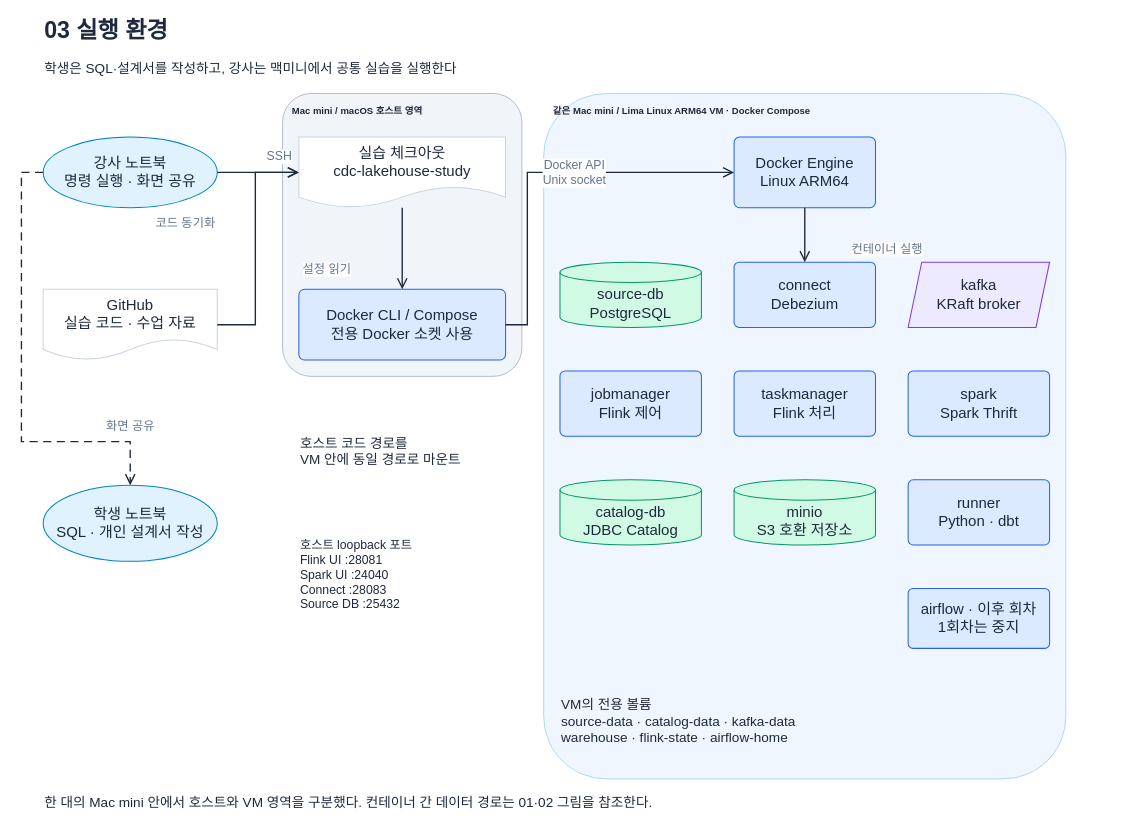
The draw.io diagram docs/diagrams/03-runtime.drawio in kim-dabin/cdc-lakehouse-study, before the edit. Source tidied: cells renumbered, new cells numbered last; positions are measured from the earlier drawing's top-left corner, leaving out a move shared by most shapes. Both pictures are drawn from the tidied source at 68%, with x=0, y=0 at pixel (21, 12).
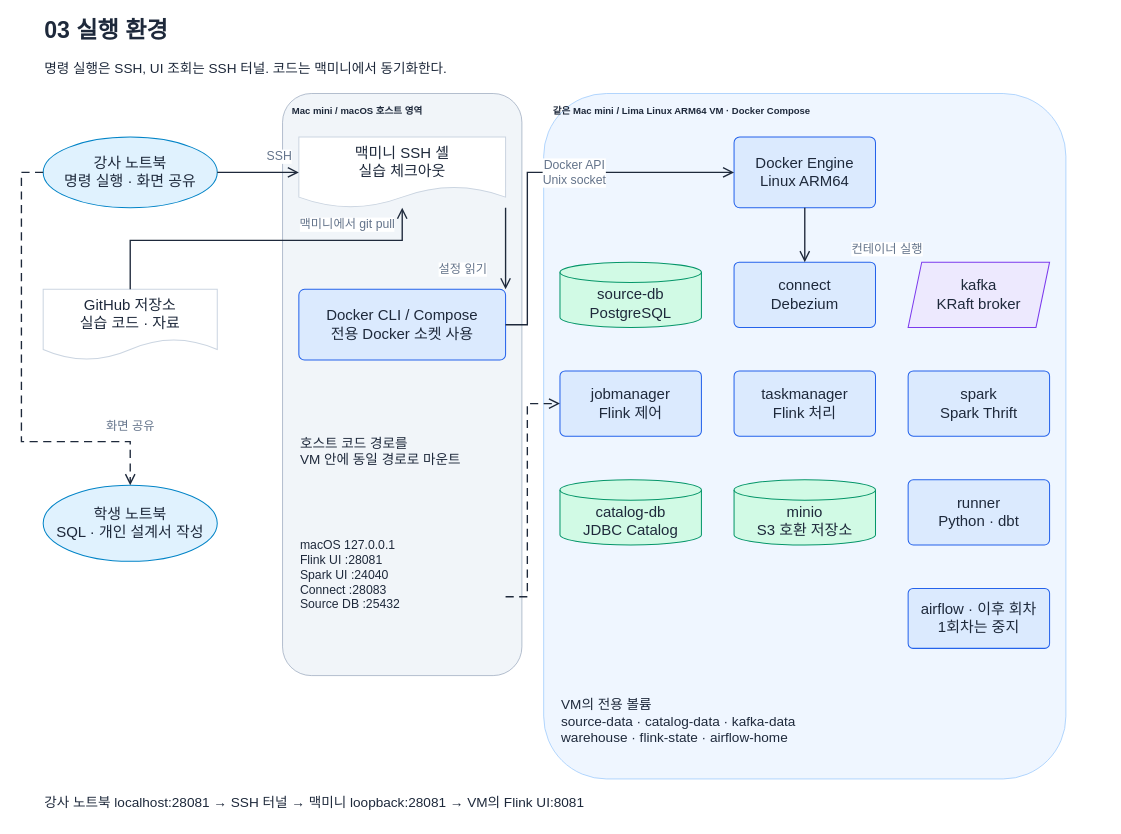
The same diagram, later.

Unchanged cells that the change refers to:
```xml
<mxCell id="10" value="Docker CLI / Compose&lt;br&gt;전용 Docker 소켓 사용" style="rounded=1;arcSize=8;html=1;whiteSpace=wrap;fillColor=#DBEAFE;strokeColor=#2563EB;strokeWidth=1.5;fontColor=#1E293B;fontSize=22;fontFamily=Arial;verticalAlign=middle;align=center;" parent="2" vertex="1">
  <mxGeometry x="24" y="288" width="304" height="104" as="geometry" />
</mxCell>
<mxCell id="16" value="jobmanager&lt;br&gt;Flink 제어" style="rounded=1;arcSize=8;html=1;whiteSpace=wrap;fillColor=#DBEAFE;strokeColor=#2563EB;strokeWidth=1.5;fontColor=#1E293B;fontSize=22;fontFamily=Arial;verticalAlign=middle;align=center;" parent="3" vertex="1">
  <mxGeometry x="24" y="408" width="208" height="96" as="geometry" />
</mxCell>
```

What changed in the source:
```diff
@@
     <mxCell id="2" value="Mac mini / macOS 호스트 영역" style="rounded=1;arcSize=12;html=1;whiteSpace=wrap;fillColor=#F1F5F9;strokeColor=#94A3B8;strokeWidth=1;fontColor=#1E293B;fontSize=14;fontFamily=Arial;fontStyle=1;verticalAlign=top;align=left;spacingLeft=12;spacingTop=10;" parent="1" vertex="1">
-      <mxGeometry x="384" y="120" width="352" height="416" as="geometry" />
+      <mxGeometry x="384" y="120" width="352" height="856" as="geometry" />
     </mxCell>
@@
-    <mxCell id="5" value="학생은 SQL·설계서를 작성하고, 강사는 맥미니에서 공통 실습을 실행한다" style="text;html=1;whiteSpace=wrap;labelBackgroundColor=none;fillColor=none;strokeColor=none;strokeWidth=0;fontColor=#1E293B;fontSize=20;fontFamily=Arial;align=left;verticalAlign=top;" parent="1" vertex="1">
+    <mxCell id="5" value="명령 실행은 SSH, UI 조회는 SSH 터널. 코드는 맥미니에서 동기화한다." style="text;html=1;whiteSpace=wrap;labelBackgroundColor=none;fillColor=none;strokeColor=none;strokeWidth=0;fontColor=#1E293B;fontSize=20;fontFamily=Arial;align=left;verticalAlign=top;" parent="1" vertex="1">
       <mxGeometry x="32" y="64" width="1568" height="48" as="geometry" />
     </mxCell>
@@
-    <mxCell id="7" value="GitHub&lt;br&gt;실습 코드 · 수업 자료" style="shape=document;boundedLbl=1;html=1;whiteSpace=wrap;fillColor=#FFFFFF;strokeColor=#CBD5E1;strokeWidth=1.5;fontColor=#1E293B;fontSize=22;fontFamily=Arial;verticalAlign=middle;align=center;" parent="1" vertex="1">
+    <mxCell id="7" value="GitHub 저장소&lt;br&gt;실습 코드 · 자료" style="shape=document;boundedLbl=1;html=1;whiteSpace=wrap;fillColor=#FFFFFF;strokeColor=#CBD5E1;strokeWidth=1.5;fontColor=#1E293B;fontSize=22;fontFamily=Arial;verticalAlign=middle;align=center;" parent="1" vertex="1">
       <mxGeometry x="32" y="408" width="256" height="104" as="geometry" />
     </mxCell>
@@
-    <mxCell id="9" value="실습 체크아웃&lt;br&gt;cdc-lakehouse-study" style="shape=document;boundedLbl=1;html=1;whiteSpace=wrap;fillColor=#FFFFFF;strokeColor=#CBD5E1;strokeWidth=1.5;fontColor=#1E293B;fontSize=22;fontFamily=Arial;verticalAlign=middle;align=center;" parent="2" vertex="1">
+    <mxCell id="9" value="맥미니 SSH 셸&lt;br&gt;실습 체크아웃" style="shape=document;boundedLbl=1;html=1;whiteSpace=wrap;fillColor=#FFFFFF;strokeColor=#CBD5E1;strokeWidth=1.5;fontColor=#1E293B;fontSize=22;fontFamily=Arial;verticalAlign=middle;align=center;" parent="2" vertex="1">
       <mxGeometry x="24" y="64" width="304" height="104" as="geometry" />
     </mxCell>
@@
-    <mxCell id="23" value="호스트 loopback 포트&lt;br&gt;Flink UI :28081&lt;br&gt;Spark UI :24040&lt;br&gt;Connect :28083&lt;br&gt;Source DB :25432" style="text;html=1;whiteSpace=wrap;labelBackgroundColor=none;fillColor=none;strokeColor=none;strokeWidth=0;fontColor=#1E293B;fontSize=18;fontFamily=Arial;align=left;verticalAlign=top;" parent="1" vertex="1">
-      <mxGeometry x="408" y="768" width="304" height="160" as="geometry" />
+    <mxCell id="23" value="macOS 127.0.0.1&lt;br&gt;Flink UI :28081&lt;br&gt;Spark UI :24040&lt;br&gt;Connect :28083&lt;br&gt;Source DB :25432" style="text;html=1;whiteSpace=wrap;labelBackgroundColor=none;fillColor=none;strokeColor=none;strokeWidth=0;fontColor=#1E293B;fontSize=18;fontFamily=Arial;align=left;verticalAlign=top;" parent="2" vertex="1">
+      <mxGeometry x="24" y="648" width="304" height="184" as="geometry" />
     </mxCell>
@@
-    <mxCell id="25" value="한 대의 Mac mini 안에서 호스트와 VM 영역을 구분했다. 컨테이너 간 데이터 경로는 01·02 그림을 참조한다." style="text;html=1;whiteSpace=wrap;labelBackgroundColor=none;fillColor=none;strokeColor=none;strokeWidth=0;fontColor=#1E293B;fontSize=20;fontFamily=Arial;align=left;verticalAlign=top;" parent="1" vertex="1">
+    <mxCell id="25" value="강사 노트북 localhost:28081 → SSH 터널 → 맥미니 loopback:28081 → VM의 Flink UI:8081" style="text;html=1;whiteSpace=wrap;labelBackgroundColor=none;fillColor=none;strokeColor=none;strokeWidth=0;fontColor=#1E293B;fontSize=20;fontFamily=Arial;align=left;verticalAlign=top;" parent="1" vertex="1">
       <mxGeometry x="32" y="1144" width="1552" height="48" as="geometry" />
     </mxCell>
@@
     <mxCell id="28" style="edgeStyle=orthogonalEdgeStyle;rounded=0;jettySize=auto;html=1;strokeColor=#1E293B;strokeWidth=2;endArrow=open;endFill=0;endSize=12;jumpStyle=arc;jumpSize=8;" parent="1" edge="1" source="7" target="9">
       <mxGeometry relative="1" as="geometry">
         <Array as="points">
-          <mxPoint x="344" y="460" />
-          <mxPoint x="344" y="236" />
+          <mxPoint x="160" y="336" />
+          <mxPoint x="560" y="336" />
         </Array>
       </mxGeometry>
     </mxCell>
-    <mxCell id="29" value="코드 동기화" style="edgeLabel;html=1;align=center;verticalAlign=middle;fontSize=18;fontColor=#64748B;fontFamily=Arial;" parent="28" vertex="1">
-      <mxGeometry x="0.2" relative="1" as="geometry">
-        <mxPoint x="-104" as="offset" />
+    <mxCell id="29" value="맥미니에서 git pull" style="edgeLabel;html=1;align=center;verticalAlign=middle;fontSize=18;fontColor=#64748B;fontFamily=Arial;" parent="28" vertex="1">
+      <mxGeometry x="0.5" relative="1" as="geometry">
+        <mxPoint y="-24" as="offset" />
       </mxGeometry>
     </mxCell>
@@
-    <mxCell id="32" style="edgeStyle=orthogonalEdgeStyle;rounded=0;jettySize=auto;html=1;strokeColor=#1E293B;strokeWidth=2;endArrow=open;endFill=0;endSize=12;exitX=0.5;exitY=1;exitDx=0;exitDy=0;entryX=0.5;entryY=0;entryDx=0;entryDy=0;jumpStyle=arc;jumpSize=8;" parent="1" edge="1" source="9" target="10">
+    <mxCell id="32" style="edgeStyle=orthogonalEdgeStyle;rounded=0;jettySize=auto;html=1;strokeColor=#1E293B;strokeWidth=2;endArrow=open;endFill=0;endSize=12;exitX=1;exitY=1;exitDx=0;exitDy=0;entryX=1;entryY=0;entryDx=0;entryDy=0;jumpStyle=arc;jumpSize=8;" parent="1" edge="1" source="9" target="10">
       <mxGeometry relative="1" as="geometry" />
     </mxCell>
     <mxCell id="33" value="설정 읽기" style="edgeLabel;html=1;align=center;verticalAlign=middle;fontSize=18;fontColor=#64748B;fontFamily=Arial;" parent="32" vertex="1">
       <mxGeometry x="0.5" relative="1" as="geometry">
-        <mxPoint x="-112" as="offset" />
+        <mxPoint x="-64" as="offset" />
       </mxGeometry>
     </mxCell>
@@
+    <mxCell id="38" style="edgeStyle=orthogonalEdgeStyle;rounded=0;jettySize=auto;html=1;strokeColor=#1E293B;strokeWidth=2;endArrow=open;endFill=0;endSize=12;dashed=1;dashPattern=6 4;jumpStyle=arc;jumpSize=8;" parent="1" edge="1" source="23" target="16">
+      <mxGeometry relative="1" as="geometry">
+        <Array as="points">
+          <mxPoint x="744" y="860" />
+          <mxPoint x="744" y="576" />
+        </Array>
+      </mxGeometry>
+    </mxCell>
```
